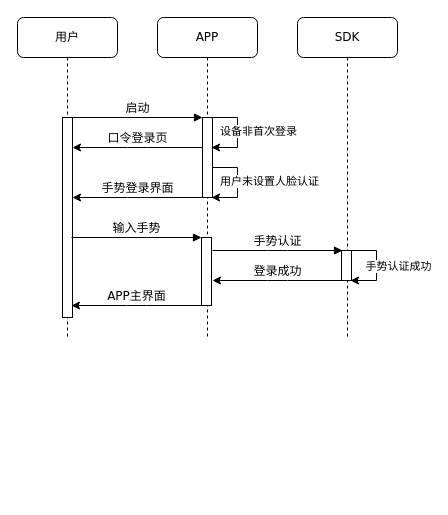
mobof/GMIAudio keeps this draw.io diagram as GMIAudio/lib/Untitled Diagram.drawio. Above is the earlier version. Source tidied: cells renumbered, new cells numbered last; positions are measured from the earlier drawing's top-left corner, leaving out a move shared by most shapes. Both pictures are drawn from the tidied source at 100%, with x=0, y=0 at pixel (17, 17).
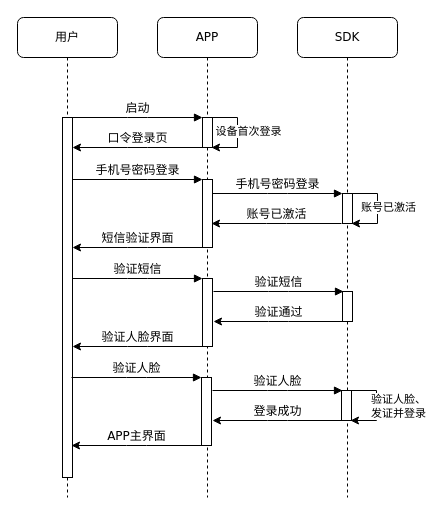
The same page after the edit.

Commit message:
金网已激活账号已设置人脸首次登录流程.drawio

Unchanged cells that the change refers to:
```xml
<mxCell id="4" style="edgeStyle=orthogonalEdgeStyle;rounded=0;orthogonalLoop=1;jettySize=auto;html=1;entryX=0.9;entryY=0.609;entryDx=0;entryDy=0;entryPerimeter=0;" parent="2" edge="1">
  <mxGeometry relative="1" as="geometry">
    <mxPoint x="55" y="104.9" as="sourcePoint" />
    <mxPoint x="54" y="130" as="targetPoint" />
    <Array as="points">
      <mxPoint x="55" y="100" />
      <mxPoint x="80" y="100" />
      <mxPoint x="80" y="130" />
    </Array>
  </mxGeometry>
</mxCell>
```

Diff of the diagram source:
```diff
@@
     <mxCell id="2" value="APP" style="shape=umlLifeline;perimeter=lifelinePerimeter;whiteSpace=wrap;html=1;rounded=1;shadow=0;comic=0;labelBackgroundColor=none;strokeWidth=1;fontFamily=Verdana;fontSize=12;align=center;" parent="1" vertex="1">
-      <mxGeometry x="140" width="100" height="320" as="geometry" />
+      <mxGeometry x="140" width="100" height="480" as="geometry" />
     </mxCell>
     <mxCell id="3" style="html=1;points=[];perimeter=orthogonalPerimeter;rounded=0;shadow=0;comic=0;labelBackgroundColor=none;strokeWidth=1;fontFamily=Verdana;fontSize=12;align=center;" parent="2" vertex="1">
-      <mxGeometry x="45" y="100" width="10" height="80" as="geometry" />
+      <mxGeometry x="45" y="100" width="10" height="30" as="geometry" />
     </mxCell>
@@
-    <mxCell id="5" value="设备非首次登录" style="edgeLabel;html=1;align=center;verticalAlign=middle;" parent="4" vertex="1">
+    <mxCell id="5" value="设备首次登录" style="edgeLabel;html=1;align=center;verticalAlign=middle;" parent="4" vertex="1">
       <mxGeometry y="-1" relative="1" as="geometry">
-        <mxPoint x="21" as="offset" />
+        <mxPoint x="11" as="offset" />
       </mxGeometry>
     </mxCell>
+    <mxCell id="22" style="html=1;perimeter=orthogonalPerimeter;rounded=0;shadow=0;comic=0;labelBackgroundColor=none;strokeWidth=1;fontFamily=Verdana;fontSize=12;align=center;" parent="2" vertex="1">
+      <mxGeometry x="45" y="162" width="10" height="68" as="geometry" />
+    </mxCell>
+    <mxCell id="23" style="html=1;perimeter=orthogonalPerimeter;rounded=0;shadow=0;comic=0;labelBackgroundColor=none;strokeWidth=1;fontFamily=Verdana;fontSize=12;align=center;" parent="2" vertex="1">
+      <mxGeometry x="45" y="261" width="10" height="68" as="geometry" />
+    </mxCell>
     <mxCell id="6" value="SDK" style="shape=umlLifeline;perimeter=lifelinePerimeter;whiteSpace=wrap;html=1;rounded=1;shadow=0;comic=0;labelBackgroundColor=none;strokeWidth=1;fontFamily=Verdana;fontSize=12;align=center;" parent="1" vertex="1">
-      <mxGeometry x="280" width="100" height="320" as="geometry" />
+      <mxGeometry x="280" width="100" height="480" as="geometry" />
     </mxCell>
+    <mxCell id="24" style="html=1;perimeter=orthogonalPerimeter;rounded=0;shadow=0;comic=0;labelBackgroundColor=none;strokeWidth=1;fontFamily=Verdana;fontSize=12;align=center;" parent="6" vertex="1">
+      <mxGeometry x="45" y="176" width="10" height="30" as="geometry" />
+    </mxCell>
+    <mxCell id="25" style="html=1;perimeter=orthogonalPerimeter;rounded=0;shadow=0;comic=0;labelBackgroundColor=none;strokeWidth=1;fontFamily=Verdana;fontSize=12;align=center;" parent="6" vertex="1">
+      <mxGeometry x="45" y="274" width="10" height="30" as="geometry" />
+    </mxCell>
     <mxCell id="7" value="用户" style="shape=umlLifeline;perimeter=lifelinePerimeter;whiteSpace=wrap;html=1;rounded=1;shadow=0;comic=0;labelBackgroundColor=none;strokeWidth=1;fontFamily=Verdana;fontSize=12;align=center;" parent="1" vertex="1">
-      <mxGeometry width="100" height="320" as="geometry" />
+      <mxGeometry width="100" height="480" as="geometry" />
     </mxCell>
     <mxCell id="8" style="html=1;points=[];perimeter=orthogonalPerimeter;rounded=0;shadow=0;comic=0;labelBackgroundColor=none;strokeWidth=1;fontFamily=Verdana;fontSize=12;align=center;" parent="7" vertex="1">
-      <mxGeometry x="45" y="100" width="10" height="200" as="geometry" />
+      <mxGeometry x="45" y="100" width="10" height="360" as="geometry" />
     </mxCell>
@@
+    <mxCell id="26" value="手机号密码登录" style="html=1;verticalAlign=bottom;endArrow=block;entryX=0;entryY=0;labelBackgroundColor=none;fontFamily=Verdana;fontSize=12;edgeStyle=elbowEdgeStyle;elbow=vertical;" parent="1" edge="1">
+      <mxGeometry relative="1" as="geometry">
+        <mxPoint x="55" y="162" as="sourcePoint" />
+        <mxPoint x="185" y="162" as="targetPoint" />
+      </mxGeometry>
+    </mxCell>
+    <mxCell id="27" value="手机号密码登录" style="html=1;verticalAlign=bottom;endArrow=block;entryX=0;entryY=0;labelBackgroundColor=none;fontFamily=Verdana;fontSize=12;edgeStyle=elbowEdgeStyle;elbow=vertical;" parent="1" edge="1">
+      <mxGeometry relative="1" as="geometry">
+        <mxPoint x="195" y="176" as="sourcePoint" />
+        <mxPoint x="325" y="176" as="targetPoint" />
+      </mxGeometry>
+    </mxCell>
+    <mxCell id="28" style="edgeStyle=orthogonalEdgeStyle;rounded=0;orthogonalLoop=1;jettySize=auto;html=1;entryX=0.9;entryY=0.609;entryDx=0;entryDy=0;entryPerimeter=0;" parent="1" edge="1">
+      <mxGeometry relative="1" as="geometry">
+        <mxPoint x="335" y="180.9" as="sourcePoint" />
+        <mxPoint x="334" y="206" as="targetPoint" />
+        <Array as="points">
+          <mxPoint x="335" y="176" />
+          <mxPoint x="360" y="176" />
+          <mxPoint x="360" y="206" />
+        </Array>
+      </mxGeometry>
+    </mxCell>
+    <mxCell id="29" value="账号已激活" style="edgeLabel;html=1;align=center;verticalAlign=middle;" parent="28" vertex="1">
+      <mxGeometry y="-1" relative="1" as="geometry">
+        <mxPoint x="11" as="offset" />
+      </mxGeometry>
+    </mxCell>
+    <mxCell id="30" value="账号已激活" style="html=1;verticalAlign=bottom;endArrow=none;entryX=0;entryY=0;labelBackgroundColor=none;fontFamily=Verdana;fontSize=12;edgeStyle=elbowEdgeStyle;elbow=vertical;startArrow=classic;startFill=1;endFill=0;" parent="1" edge="1">
+      <mxGeometry relative="1" as="geometry">
+        <mxPoint x="194" y="206" as="sourcePoint" />
+        <mxPoint x="324" y="206" as="targetPoint" />
+      </mxGeometry>
+    </mxCell>
-    <mxCell id="11" value="手势登录界面" style="html=1;verticalAlign=bottom;endArrow=none;entryX=0;entryY=0;labelBackgroundColor=none;fontFamily=Verdana;fontSize=12;edgeStyle=elbowEdgeStyle;elbow=horizontal;startArrow=classic;startFill=1;endFill=0;" parent="1" edge="1">
+    <mxCell id="11" value="短信验证界面" style="html=1;verticalAlign=bottom;endArrow=none;entryX=0;entryY=0;labelBackgroundColor=none;fontFamily=Verdana;fontSize=12;edgeStyle=elbowEdgeStyle;elbow=vertical;startArrow=classic;startFill=1;endFill=0;" parent="1" edge="1">
       <mxGeometry relative="1" as="geometry">
-        <mxPoint x="55" y="180" as="sourcePoint" />
-        <mxPoint x="185" y="180" as="targetPoint" />
+        <mxPoint x="55" y="230" as="sourcePoint" />
+        <mxPoint x="185" y="230" as="targetPoint" />
       </mxGeometry>
     </mxCell>
+    <mxCell id="31" value="验证短信" style="html=1;verticalAlign=bottom;endArrow=block;entryX=0;entryY=0;labelBackgroundColor=none;fontFamily=Verdana;fontSize=12;edgeStyle=elbowEdgeStyle;elbow=vertical;" parent="1" edge="1">
+      <mxGeometry relative="1" as="geometry">
+        <mxPoint x="55" y="261" as="sourcePoint" />
+        <mxPoint x="185" y="261" as="targetPoint" />
+      </mxGeometry>
+    </mxCell>
+    <mxCell id="32" value="验证短信" style="html=1;verticalAlign=bottom;endArrow=block;entryX=0;entryY=0;labelBackgroundColor=none;fontFamily=Verdana;fontSize=12;edgeStyle=elbowEdgeStyle;elbow=vertical;" parent="1" edge="1">
+      <mxGeometry relative="1" as="geometry">
+        <mxPoint x="196" y="274" as="sourcePoint" />
+        <mxPoint x="326" y="274" as="targetPoint" />
+      </mxGeometry>
+    </mxCell>
+    <mxCell id="33" value="验证通过" style="html=1;verticalAlign=bottom;endArrow=none;entryX=0;entryY=0;labelBackgroundColor=none;fontFamily=Verdana;fontSize=12;edgeStyle=elbowEdgeStyle;elbow=vertical;startArrow=classic;startFill=1;endFill=0;" parent="1" edge="1">
+      <mxGeometry relative="1" as="geometry">
+        <mxPoint x="196" y="304" as="sourcePoint" />
+        <mxPoint x="326" y="304" as="targetPoint" />
+      </mxGeometry>
+    </mxCell>
+    <mxCell id="34" value="验证人脸界面" style="html=1;verticalAlign=bottom;endArrow=none;entryX=0;entryY=0;labelBackgroundColor=none;fontFamily=Verdana;fontSize=12;edgeStyle=elbowEdgeStyle;elbow=horizontal;startArrow=classic;startFill=1;endFill=0;" parent="1" edge="1">
+      <mxGeometry relative="1" as="geometry">
+        <mxPoint x="55" y="329" as="sourcePoint" />
+        <mxPoint x="185" y="329" as="targetPoint" />
+      </mxGeometry>
+    </mxCell>
     <mxCell id="12" style="html=1;perimeter=orthogonalPerimeter;rounded=0;shadow=0;comic=0;labelBackgroundColor=none;strokeWidth=1;fontFamily=Verdana;fontSize=12;align=center;" parent="1" vertex="1">
-      <mxGeometry x="184" y="220" width="10" height="68" as="geometry" />
+      <mxGeometry x="184" y="360" width="10" height="68" as="geometry" />
     </mxCell>
     <mxCell id="13" style="html=1;perimeter=orthogonalPerimeter;rounded=0;shadow=0;comic=0;labelBackgroundColor=none;strokeWidth=1;fontFamily=Verdana;fontSize=12;align=center;" parent="1" vertex="1">
-      <mxGeometry x="324" y="233" width="10" height="30" as="geometry" />
+      <mxGeometry x="324" y="373" width="10" height="30" as="geometry" />
     </mxCell>
-    <mxCell id="14" value="输入手势" style="html=1;verticalAlign=bottom;endArrow=block;entryX=0;entryY=0;labelBackgroundColor=none;fontFamily=Verdana;fontSize=12;edgeStyle=elbowEdgeStyle;elbow=vertical;" parent="1" edge="1">
+    <mxCell id="14" value="验证人脸" style="html=1;verticalAlign=bottom;endArrow=block;entryX=0;entryY=0;labelBackgroundColor=none;fontFamily=Verdana;fontSize=12;edgeStyle=elbowEdgeStyle;elbow=vertical;" parent="1" edge="1">
       <mxGeometry relative="1" as="geometry">
-        <mxPoint x="54" y="220" as="sourcePoint" />
-        <mxPoint x="184" y="220" as="targetPoint" />
+        <mxPoint x="54" y="360" as="sourcePoint" />
+        <mxPoint x="184" y="360" as="targetPoint" />
       </mxGeometry>
     </mxCell>
-    <mxCell id="15" value="手势认证" style="html=1;verticalAlign=bottom;endArrow=block;entryX=0;entryY=0;labelBackgroundColor=none;fontFamily=Verdana;fontSize=12;edgeStyle=elbowEdgeStyle;elbow=horizontal;" parent="1" edge="1">
+    <mxCell id="15" value="验证人脸" style="html=1;verticalAlign=bottom;endArrow=block;entryX=0;entryY=0;labelBackgroundColor=none;fontFamily=Verdana;fontSize=12;edgeStyle=elbowEdgeStyle;elbow=horizontal;" parent="1" edge="1">
       <mxGeometry relative="1" as="geometry">
-        <mxPoint x="195" y="233" as="sourcePoint" />
-        <mxPoint x="325" y="233" as="targetPoint" />
+        <mxPoint x="195" y="373" as="sourcePoint" />
+        <mxPoint x="325" y="373" as="targetPoint" />
       </mxGeometry>
     </mxCell>
     <mxCell id="16" value="登录成功" style="html=1;verticalAlign=bottom;endArrow=none;entryX=0;entryY=0;labelBackgroundColor=none;fontFamily=Verdana;fontSize=12;edgeStyle=elbowEdgeStyle;elbow=vertical;startArrow=classic;startFill=1;endFill=0;" parent="1" edge="1">
       <mxGeometry relative="1" as="geometry">
-        <mxPoint x="195" y="263" as="sourcePoint" />
-        <mxPoint x="325" y="263" as="targetPoint" />
+        <mxPoint x="195" y="403" as="sourcePoint" />
+        <mxPoint x="325" y="403" as="targetPoint" />
       </mxGeometry>
     </mxCell>
     <mxCell id="17" value="APP主界面" style="html=1;verticalAlign=bottom;endArrow=none;entryX=0;entryY=0;labelBackgroundColor=none;fontFamily=Verdana;fontSize=12;edgeStyle=elbowEdgeStyle;elbow=vertical;startArrow=classic;startFill=1;endFill=0;" parent="1" edge="1">
       <mxGeometry relative="1" as="geometry">
-        <mxPoint x="54" y="288" as="sourcePoint" />
-        <mxPoint x="184" y="288" as="targetPoint" />
+        <mxPoint x="54" y="428" as="sourcePoint" />
+        <mxPoint x="184" y="428" as="targetPoint" />
       </mxGeometry>
     </mxCell>
     <mxCell id="18" style="edgeStyle=orthogonalEdgeStyle;rounded=0;orthogonalLoop=1;jettySize=auto;html=1;entryX=0.9;entryY=0.609;entryDx=0;entryDy=0;entryPerimeter=0;" parent="1" edge="1">
       <mxGeometry relative="1" as="geometry">
-        <mxPoint x="334" y="237.9" as="sourcePoint" />
-        <mxPoint x="333" y="263" as="targetPoint" />
+        <mxPoint x="334" y="377.9" as="sourcePoint" />
+        <mxPoint x="333" y="403" as="targetPoint" />
         <Array as="points">
-          <mxPoint x="334" y="233" />
-          <mxPoint x="359" y="233" />
-          <mxPoint x="359" y="263" />
+          <mxPoint x="334" y="373" />
+          <mxPoint x="359" y="373" />
+          <mxPoint x="359" y="403" />
         </Array>
       </mxGeometry>
     </mxCell>
-    <mxCell id="19" value="手势认证成功" style="edgeLabel;html=1;align=center;verticalAlign=middle;" parent="18" vertex="1">
+    <mxCell id="19" value="验证人脸、&lt;br&gt;发证并登录" style="edgeLabel;html=1;align=center;verticalAlign=middle;" parent="18" vertex="1">
       <mxGeometry y="-1" relative="1" as="geometry">
         <mxPoint x="22" y="1.9" as="offset" />
       </mxGeometry>
     </mxCell>
-    <mxCell id="20" style="edgeStyle=orthogonalEdgeStyle;rounded=0;orthogonalLoop=1;jettySize=auto;html=1;entryX=0.9;entryY=0.609;entryDx=0;entryDy=0;entryPerimeter=0;" parent="1" edge="1">
-      <mxGeometry relative="1" as="geometry">
-        <mxPoint x="195" y="154.9" as="sourcePoint" />
-        <mxPoint x="194" y="180" as="targetPoint" />
-        <Array as="points">
-          <mxPoint x="195" y="150" />
-          <mxPoint x="220" y="150" />
-          <mxPoint x="220" y="180" />
-        </Array>
-      </mxGeometry>
-    </mxCell>
-    <mxCell id="21" value="用户未设置人脸认证" style="edgeLabel;html=1;align=center;verticalAlign=middle;" parent="20" vertex="1">
-      <mxGeometry y="-1" relative="1" as="geometry">
-        <mxPoint x="32" as="offset" />
-      </mxGeometry>
-    </mxCell>
```
